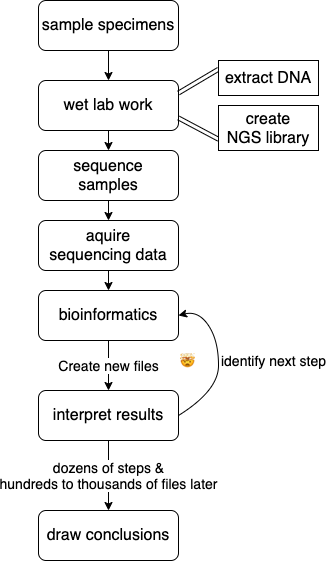
Above: Week5-project_organization_and_UNIX_shell/Bioinformatics_Workflow.png in ngs-docs/2021-GGG298 (draw.io), before the change. Source tidied: cells renumbered, new cells last; positions are measured from the earlier drawing's top-left corner, leaving out a move shared by most shapes.
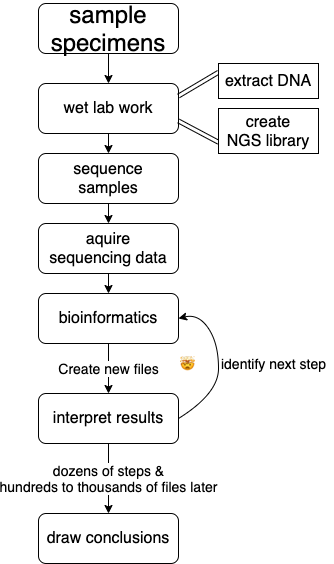
Above is the later version.

Diff of the diagram source:
```diff
@@ -5,7 +5,7 @@
     <mxCell id="2" style="edgeStyle=none;rounded=0;jettySize=auto;html=1;exitX=0.5;exitY=1;exitDx=0;exitDy=0;entryX=0.5;entryY=0;entryDx=0;entryDy=0;" parent="1" edge="1" source="3" target="5">
       <mxGeometry relative="1" as="geometry" />
     </mxCell>
-    <mxCell id="3" value="&lt;font style=&quot;font-size: 16px&quot;&gt;sample specimens&lt;/font&gt;" style="rounded=1;whiteSpace=wrap;html=1;fontSize=12;glass=0;strokeWidth=1;shadow=0;" parent="1" vertex="1">
+    <mxCell id="3" value="&lt;font style=&quot;font-size: 24px&quot;&gt;sample specimens&lt;/font&gt;" style="rounded=1;whiteSpace=wrap;html=1;fontSize=12;glass=0;strokeWidth=1;shadow=0;" parent="1" vertex="1">
       <mxGeometry width="140" height="50" as="geometry" />
     </mxCell>
     <mxCell id="4" style="edgeStyle=none;rounded=0;jettySize=auto;html=1;exitX=0.5;exitY=1;exitDx=0;exitDy=0;entryX=0.5;entryY=0;entryDx=0;entryDy=0;" parent="1" edge="1" source="5" target="11">
```
